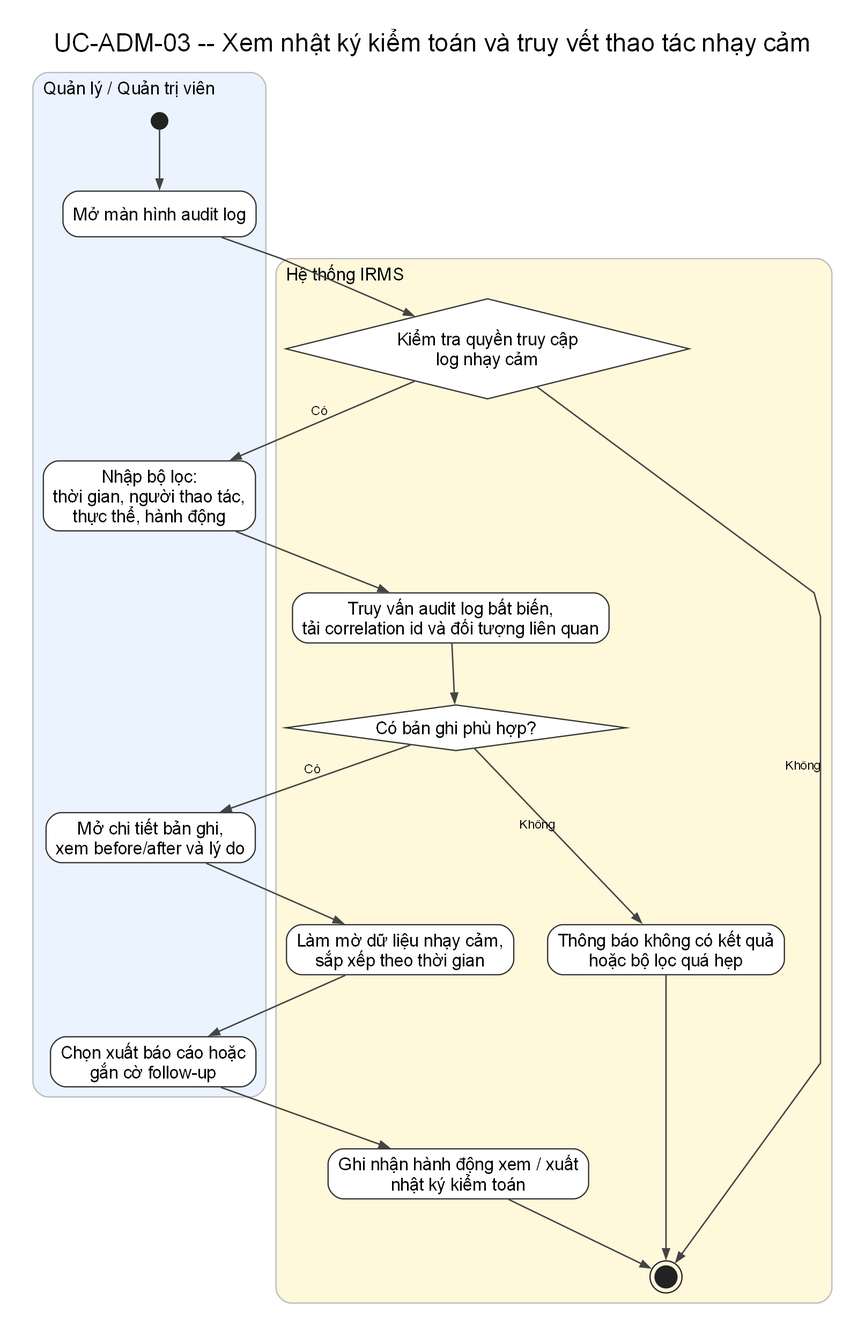
lehoangluan1/SA_IRMS keeps this Graphviz diagram as assets/diagrams/rendered/activity/uc-adm-03-review-audit-log.png. Above is the earlier version. Its source is kept beside it as assets/diagrams/source/activity/uc-adm-03-review-audit-log.dot. The source it was exported from:
```dot
digraph G {
  charset="UTF-8";
  graph [rankdir=TB, newrank=true, splines=polyline, nodesep=0.38, ranksep=0.68, pad=0.25, dpi=170, bgcolor="white", fontname="Arial"];
  node [fontname="Arial"];
  edge [fontname="Arial", fontsize=10, color="#444444", penwidth=1.15, arrowsize=0.75];
  labelloc="t"; labeljust="c"; fontsize=20; fontname="Arial"; label="UC-ADM-03 -- Xem nhật ký kiểm toán và truy vết thao tác nhạy cảm";

  subgraph cluster_l1 {
    style="rounded,filled"; fillcolor="#EAF3FF"; color="#BBBBBB"; penwidth=1.0;
    label="Quản lý / Quản trị viên"; fontsize=14; labelloc="t"; labeljust="l";
    n0 [shape=circle, label="", width=0.18, height=0.18, fixedsize=true, style=filled, fillcolor="#222222", color="#222222"];
    n1 [label="Mở màn hình audit log", shape=rect, style="rounded,filled", fillcolor="white", color="#333333"];
    n3 [label="Nhập bộ lọc:\nthời gian, người thao tác,\nthực thể, hành động", shape=rect, style="rounded,filled", fillcolor="white", color="#333333"];
    n8 [label="Mở chi tiết bản ghi,\nxem before/after và lý do", shape=rect, style="rounded,filled", fillcolor="white", color="#333333"];
    n10 [label="Chọn xuất báo cáo hoặc\ngắn cờ follow-up", shape=rect, style="rounded,filled", fillcolor="white", color="#333333"];
  }

  subgraph cluster_l2 {
    style="rounded,filled"; fillcolor="#FFF8DB"; color="#BBBBBB"; penwidth=1.0;
    label="Hệ thống IRMS"; fontsize=14; labelloc="t"; labeljust="l";
    n2 [label="Kiểm tra quyền truy cập\nlog nhạy cảm", shape=diamond, style="filled", fillcolor="white", color="#333333"];
    n4 [label="Truy vấn audit log bất biến,\ntải correlation id và đối tượng liên quan", shape=rect, style="rounded,filled", fillcolor="white", color="#333333"];
    n5 [label="Có bản ghi phù hợp?", shape=diamond, style="filled", fillcolor="white", color="#333333"];
    n6 [label="Thông báo không có kết quả\nhoặc bộ lọc quá hẹp", shape=rect, style="rounded,filled", fillcolor="white", color="#333333"];
    n7 [label="Làm mờ dữ liệu nhạy cảm,\nsắp xếp theo thời gian", shape=rect, style="rounded,filled", fillcolor="white", color="#333333"];
    n9 [label="Ghi nhận hành động xem / xuất\nnhật ký kiểm toán", shape=rect, style="rounded,filled", fillcolor="white", color="#333333"];
    n11 [shape=doublecircle, label="", width=0.24, height=0.24, fixedsize=true, style=filled, fillcolor="#222222", color="#222222"];
  }

  n0 -> n1;
  n1 -> n2;
  n2 -> n3 [xlabel="Có"];
  n2 -> n11 [xlabel="Không"];
  n3 -> n4;
  n4 -> n5;
  n5 -> n8 [xlabel="Có"];
  n5 -> n6 [xlabel="Không"];
  n6 -> n11;
  n8 -> n7;
  n7 -> n10;
  n10 -> n9;
  n9 -> n11;
}
```
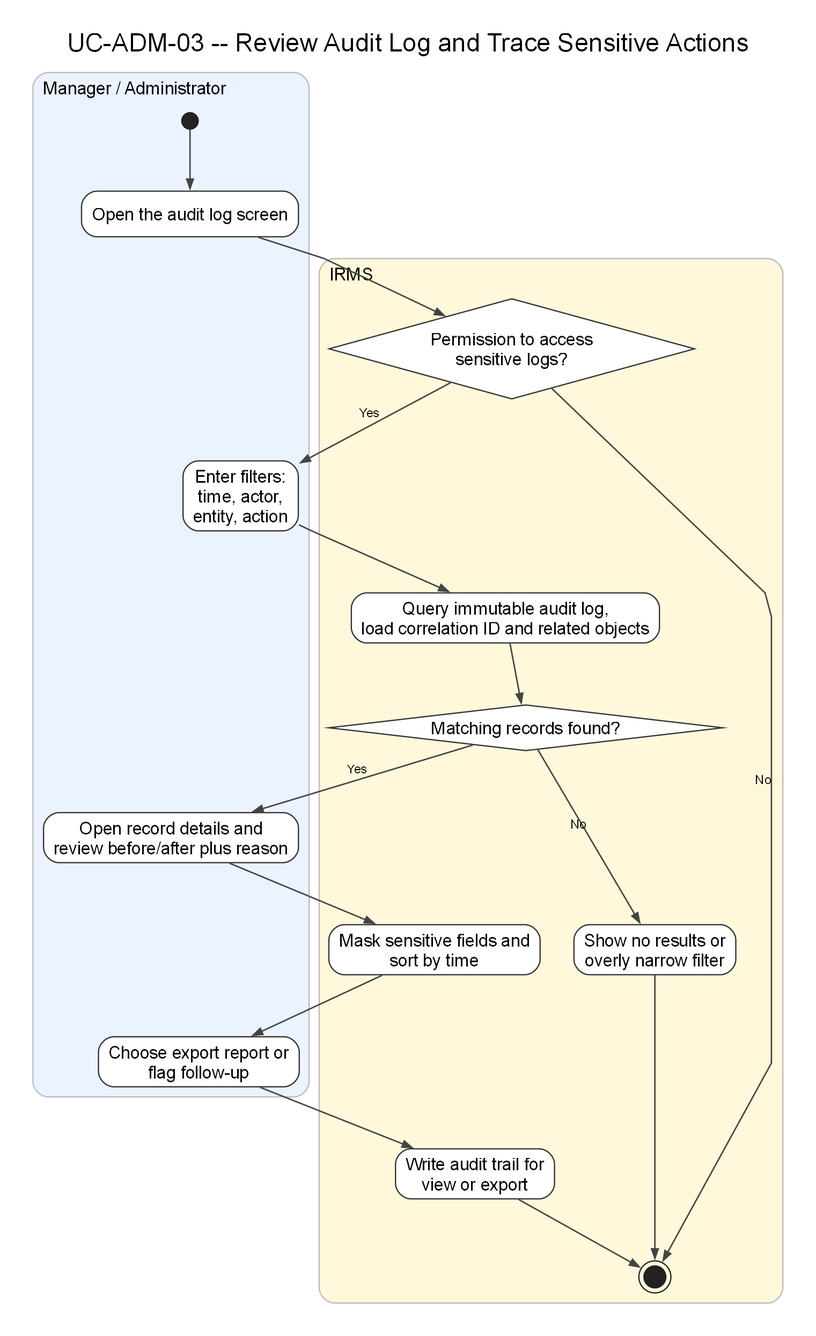
The same diagram one commit later.

What changed in the source:
```diff
@@ -3,38 +3,38 @@
   graph [rankdir=TB, newrank=true, splines=polyline, nodesep=0.38, ranksep=0.68, pad=0.25, dpi=170, bgcolor="white", fontname="Arial"];
   node [fontname="Arial"];
   edge [fontname="Arial", fontsize=10, color="#444444", penwidth=1.15, arrowsize=0.75];
-  labelloc="t"; labeljust="c"; fontsize=20; fontname="Arial"; label="UC-ADM-03 -- Xem nhật ký kiểm toán và truy vết thao tác nhạy cảm";
+  labelloc="t"; labeljust="c"; fontsize=20; fontname="Arial"; label="UC-ADM-03 -- Review Audit Log and Trace Sensitive Actions";
 
   subgraph cluster_l1 {
     style="rounded,filled"; fillcolor="#EAF3FF"; color="#BBBBBB"; penwidth=1.0;
-    label="Quản lý / Quản trị viên"; fontsize=14; labelloc="t"; labeljust="l";
+    label="Manager / Administrator"; fontsize=14; labelloc="t"; labeljust="l";
     n0 [shape=circle, label="", width=0.18, height=0.18, fixedsize=true, style=filled, fillcolor="#222222", color="#222222"];
-    n1 [label="Mở màn hình audit log", shape=rect, style="rounded,filled", fillcolor="white", color="#333333"];
-    n3 [label="Nhập bộ lọc:\nthời gian, người thao tác,\nthực thể, hành động", shape=rect, style="rounded,filled", fillcolor="white", color="#333333"];
-    n8 [label="Mở chi tiết bản ghi,\nxem before/after và lý do", shape=rect, style="rounded,filled", fillcolor="white", color="#333333"];
-    n10 [label="Chọn xuất báo cáo hoặc\ngắn cờ follow-up", shape=rect, style="rounded,filled", fillcolor="white", color="#333333"];
+    n1 [label="Open the audit log screen", shape=rect, style="rounded,filled", fillcolor="white", color="#333333"];
+    n3 [label="Enter filters:\ntime, actor,\nentity, action", shape=rect, style="rounded,filled", fillcolor="white", color="#333333"];
+    n8 [label="Open record details and\nreview before/after plus reason", shape=rect, style="rounded,filled", fillcolor="white", color="#333333"];
+    n10 [label="Choose export report or\nflag follow-up", shape=rect, style="rounded,filled", fillcolor="white", color="#333333"];
   }
 
   subgraph cluster_l2 {
     style="rounded,filled"; fillcolor="#FFF8DB"; color="#BBBBBB"; penwidth=1.0;
-    label="Hệ thống IRMS"; fontsize=14; labelloc="t"; labeljust="l";
-    n2 [label="Kiểm tra quyền truy cập\nlog nhạy cảm", shape=diamond, style="filled", fillcolor="white", color="#333333"];
-    n4 [label="Truy vấn audit log bất biến,\ntải correlation id và đối tượng liên quan", shape=rect, style="rounded,filled", fillcolor="white", color="#333333"];
-    n5 [label="Có bản ghi phù hợp?", shape=diamond, style="filled", fillcolor="white", color="#333333"];
-    n6 [label="Thông báo không có kết quả\nhoặc bộ lọc quá hẹp", shape=rect, style="rounded,filled", fillcolor="white", color="#333333"];
-    n7 [label="Làm mờ dữ liệu nhạy cảm,\nsắp xếp theo thời gian", shape=rect, style="rounded,filled", fillcolor="white", color="#333333"];
-    n9 [label="Ghi nhận hành động xem / xuất\nnhật ký kiểm toán", shape=rect, style="rounded,filled", fillcolor="white", color="#333333"];
+    label="IRMS"; fontsize=14; labelloc="t"; labeljust="l";
+    n2 [label="Permission to access\nsensitive logs?", shape=diamond, style="filled", fillcolor="white", color="#333333"];
+    n4 [label="Query immutable audit log,\nload correlation ID and related objects", shape=rect, style="rounded,filled", fillcolor="white", color="#333333"];
+    n5 [label="Matching records found?", shape=diamond, style="filled", fillcolor="white", color="#333333"];
+    n6 [label="Show no results or\noverly narrow filter", shape=rect, style="rounded,filled", fillcolor="white", color="#333333"];
+    n7 [label="Mask sensitive fields and\nsort by time", shape=rect, style="rounded,filled", fillcolor="white", color="#333333"];
+    n9 [label="Write audit trail for\nview or export", shape=rect, style="rounded,filled", fillcolor="white", color="#333333"];
     n11 [shape=doublecircle, label="", width=0.24, height=0.24, fixedsize=true, style=filled, fillcolor="#222222", color="#222222"];
   }
 
   n0 -> n1;
   n1 -> n2;
-  n2 -> n3 [xlabel="Có"];
-  n2 -> n11 [xlabel="Không"];
+  n2 -> n3 [xlabel="Yes"];
+  n2 -> n11 [xlabel="No"];
   n3 -> n4;
   n4 -> n5;
-  n5 -> n8 [xlabel="Có"];
-  n5 -> n6 [xlabel="Không"];
+  n5 -> n8 [xlabel="Yes"];
+  n5 -> n6 [xlabel="No"];
   n6 -> n11;
   n8 -> n7;
   n7 -> n10;
```
